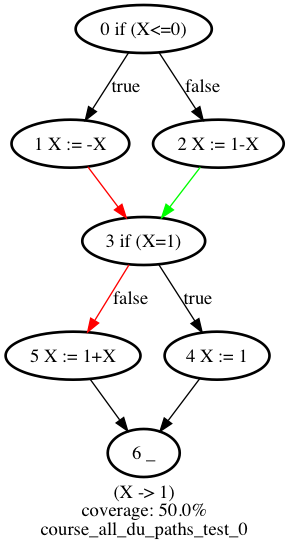
Above: graphs/course_all_du_paths_test_0.png in ghigi123/ivf (Graphviz), before the change. Its source is kept beside it as graphs/course_all_du_paths_test_0.dot.
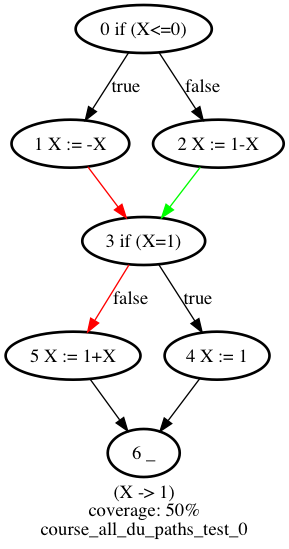
After the change.

The edit, as a diff of the source:
```diff
@@ -1,6 +1,6 @@
 digraph course_all_du_paths_test_0 {
 	label = "(X -> 1)
-coverage: 50.0%
+coverage: 50%
 course_all_du_paths_test_0"
 	"1 X := -X" [style = bold]
 	"1 X := -X" -> "3 if (X=1)" [color = red]
```
